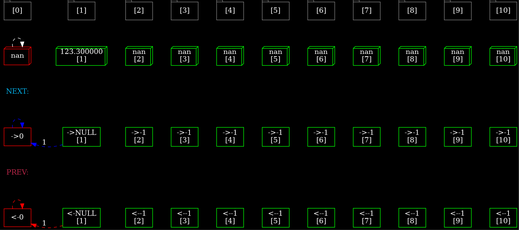
This is test1.png from KirillTFK/List, a Graphviz export, as it was before one commit. Its source is kept beside it as test1.dot. Its diagram source:
```dot
digraph
{
	bgcolor="#000000";
	rankdir = LR;
	edge [style = "invis"];
	node [fontcolor = white, shape = tab, color = "#818181"];

	"[0]"->"[1]"->"[2]"->"[3]"->"[4]"->"[5]"->"[6]"->"[7]"->"[8]"->"[9]"->"[10]"->"[9]"[weight = 400];

	node [shape = "box3d", color = green];
	"[0]"->"nan";
	"nan" [color = red];
	"nan"->"123.300000
[1]"->"nan
[2]"->"nan
[3]"->"nan
[4]"->"nan
[5]"->"nan
[6]"->"nan
[7]"->"nan
[8]"->"nan
[9]"->"nan
[10]"->"nan
[10]"[weight = 400]

	{rank = same; "nan"; "[0]"}
	{rank = same; "123.300000
[1]"; "[1]"}
	{rank = same; "nan
[2]"; "[2]"}
	{rank = same; "nan
[3]"; "[3]"}
	{rank = same; "nan
[4]"; "[4]"}
	{rank = same; "nan
[5]"; "[5]"}
	{rank = same; "nan
[6]"; "[6]"}
	{rank = same; "nan
[7]"; "[7]"}
	{rank = same; "nan
[8]"; "[8]"}
	{rank = same; "nan
[9]"; "[9]"}
	{rank = same; "nan
[10]"; "[10]"}

	"nan"->"nan" [style = "dashed", color = white]

	"NEXT:" [shape=none, fontcolor = "#03afe8"];
	"nan"->"NEXT:";
	node [shape = "polygon"];
	"NEXT:"->"->0";
	"->0"[color = red];
	"->0"->"->NULL
[1]"->"->-1
[2]"->"->-1
[3]"->"->-1
[4]"->"->-1
[5]"->"->-1
[6]"->"->-1
[7]"->"->-1
[8]"->"->-1
[9]"->"->-1
[10]"->"->-1
[10]"[weight = 400]

	{rank = same; "NEXT:"; "[0]"}
	{rank = same; "->0"; "[0]"}
	{rank = same; "->NULL
[1]"; "[1]"}
	{rank = same; "->-1
[2]"; "[2]"}
	{rank = same; "->-1
[3]"; "[3]"}
	{rank = same; "->-1
[4]"; "[4]"}
	{rank = same; "->-1
[5]"; "[5]"}
	{rank = same; "->-1
[6]"; "[6]"}
	{rank = same; "->-1
[7]"; "[7]"}
	{rank = same; "->-1
[8]"; "[8]"}
	{rank = same; "->-1
[9]"; "[9]"}
	{rank = same; "->-1
[10]"; "[10]"}

	"->0"->"->0" [style = "dashed", color = blue]
	"->NULL
[1]"->"->0" [style = "dashed", color = blue, fontcolor = white, label = "1"]

	"PREV:"[shape=none, fontcolor = "#bb2649"];
	"->0"->"PREV:";
	node [shape = "polygon"];
	"PREV:"->"<-0";
	"<-0"[color=red];
	"<-0"->"<-NULL
[1]"->"<--1
[2]"->"<--1
[3]"->"<--1
[4]"->"<--1
[5]"->"<--1
[6]"->"<--1
[7]"->"<--1
[8]"->"<--1
[9]"->"<--1
[10]"->"<--1
[10]"[weight = 400]

	{rank = same; "PREV:"; "[0]"}
	{rank = same; "<-0"; "[0]"}
	{rank = same; "<-NULL
[1]"; "[1]"}
	{rank = same; "<--1
[2]"; "[2]"}
	{rank = same; "<--1
[3]"; "[3]"}
	{rank = same; "<--1
[4]"; "[4]"}
	{rank = same; "<--1
[5]"; "[5]"}
	{rank = same; "<--1
[6]"; "[6]"}
	{rank = same; "<--1
[7]"; "[7]"}
	{rank = same; "<--1
[8]"; "[8]"}
	{rank = same; "<--1
[9]"; "[9]"}
	{rank = same; "<--1
[10]"; "[10]"}

	"<-0"->"<-0" [style = "dashed", color = red]
	"<-NULL
[1]"->"<-0" [style = "dashed", color = red, fontcolor = white, label = "1"]

	}
```
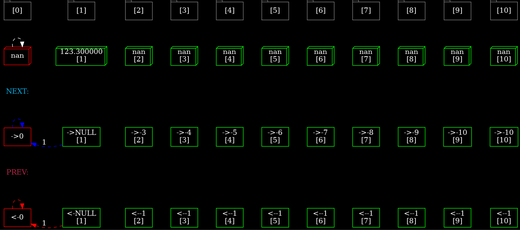
Later version of the same file.

Diff of the diagram source:
```diff
@@ -53,39 +53,39 @@
 	"NEXT:"->"->0";
 	"->0"[color = red];
 	"->0"->"->NULL
-[1]"->"->-1
-[2]"->"->-1
-[3]"->"->-1
-[4]"->"->-1
-[5]"->"->-1
-[6]"->"->-1
-[7]"->"->-1
-[8]"->"->-1
-[9]"->"->-1
-[10]"->"->-1
+[1]"->"->-3
+[2]"->"->-4
+[3]"->"->-5
+[4]"->"->-6
+[5]"->"->-7
+[6]"->"->-8
+[7]"->"->-9
+[8]"->"->-10
+[9]"->"->-10
+[10]"->"->-10
 [10]"[weight = 400]
 
 	{rank = same; "NEXT:"; "[0]"}
 	{rank = same; "->0"; "[0]"}
 	{rank = same; "->NULL
 [1]"; "[1]"}
-	{rank = same; "->-1
+	{rank = same; "->-3
 [2]"; "[2]"}
-	{rank = same; "->-1
+	{rank = same; "->-4
 [3]"; "[3]"}
-	{rank = same; "->-1
+	{rank = same; "->-5
 [4]"; "[4]"}
-	{rank = same; "->-1
+	{rank = same; "->-6
 [5]"; "[5]"}
-	{rank = same; "->-1
+	{rank = same; "->-7
 [6]"; "[6]"}
-	{rank = same; "->-1
+	{rank = same; "->-8
 [7]"; "[7]"}
-	{rank = same; "->-1
+	{rank = same; "->-9
 [8]"; "[8]"}
-	{rank = same; "->-1
+	{rank = same; "->-10
 [9]"; "[9]"}
-	{rank = same; "->-1
+	{rank = same; "->-10
 [10]"; "[10]"}
 
 	"->0"->"->0" [style = "dashed", color = blue]
```
